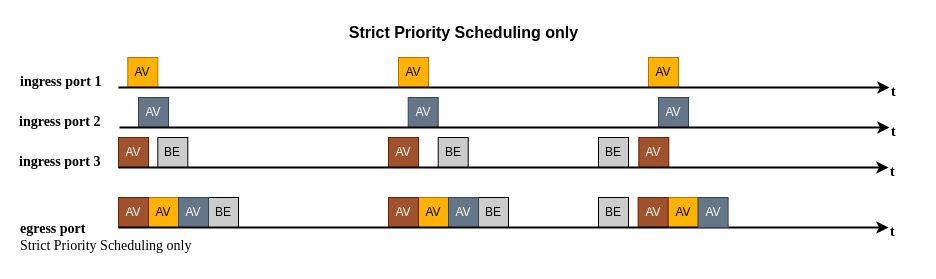
Above: static/images/traffic-shaping-strict-prio.drawio in avb-academy/avb_academy (draw.io), before the change. Source tidied: cells renumbered, new cells numbered last; positions are measured from the earlier drawing's top-left corner, leaving out a move shared by most shapes. Both pictures are drawn from the tidied source at 100%, with x=0, y=0 at pixel (17, 17).
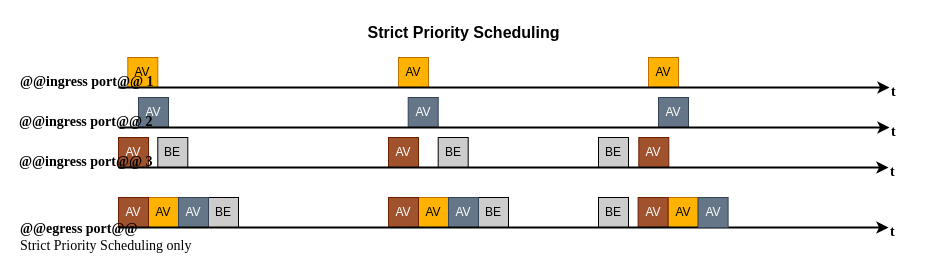
Above is the later version.

Change to the diagram source:
```diff
@@
-    <mxCell id="21" value="&lt;b&gt;&lt;font style=&quot;font-size: 16px;&quot;&gt;Strict Priority Scheduling only&lt;/font&gt;&lt;/b&gt;" style="text;html=1;align=center;verticalAlign=middle;strokeColor=none;fillColor=none;fontColor=#000000;" parent="1" vertex="1">
-      <mxGeometry x="321" width="250" height="30" as="geometry" />
+    <mxCell id="21" value="&lt;b&gt;&lt;font style=&quot;font-size: 16px;&quot;&gt;Strict Priority Scheduling&lt;/font&gt;&lt;/b&gt;" style="text;html=1;align=center;verticalAlign=middle;strokeColor=none;fillColor=none;fontColor=#000000;" parent="1" vertex="1">
+      <mxGeometry x="336" width="220" height="30" as="geometry" />
     </mxCell>
@@
-    <mxCell id="36" value="&lt;b&gt;&lt;font face=&quot;Times New Roman&quot;&gt;&lt;font style=&quot;font-size: 14px;&quot;&gt;ingress port 1&lt;/font&gt;&lt;/font&gt;&lt;/b&gt;" style="text;html=1;align=left;verticalAlign=middle;strokeColor=none;fillColor=none;fontColor=#000000;" parent="1" vertex="1">
-      <mxGeometry x="1" y="50" width="100" height="30" as="geometry" />
+    <mxCell id="36" value="&lt;b&gt;&lt;font face=&quot;Times New Roman&quot;&gt;&lt;font style=&quot;font-size: 14px;&quot;&gt;@@ingress port@@ 1&lt;/font&gt;&lt;/font&gt;&lt;/b&gt;" style="text;html=1;align=left;verticalAlign=middle;strokeColor=none;fillColor=none;fontColor=#000000;" parent="1" vertex="1">
+      <mxGeometry x="1" y="50" width="160" height="30" as="geometry" />
     </mxCell>
-    <mxCell id="37" value="&lt;b&gt;&lt;font face=&quot;Times New Roman&quot;&gt;&lt;font style=&quot;font-size: 14px;&quot;&gt;ingress port 2&lt;/font&gt;&lt;/font&gt;&lt;/b&gt;" style="text;html=1;align=left;verticalAlign=middle;strokeColor=none;fillColor=none;fontColor=#000000;" parent="1" vertex="1">
-      <mxGeometry y="90" width="100" height="30" as="geometry" />
+    <mxCell id="37" value="&lt;b&gt;&lt;font face=&quot;Times New Roman&quot;&gt;&lt;font style=&quot;font-size: 14px;&quot;&gt;@@ingress port@@ 2&lt;/font&gt;&lt;/font&gt;&lt;/b&gt;" style="text;html=1;align=left;verticalAlign=middle;strokeColor=none;fillColor=none;fontColor=#000000;" parent="1" vertex="1">
+      <mxGeometry y="90" width="160" height="30" as="geometry" />
     </mxCell>
-    <mxCell id="38" value="&lt;b&gt;&lt;font face=&quot;Times New Roman&quot;&gt;&lt;font style=&quot;font-size: 14px;&quot;&gt;ingress port 3&lt;/font&gt;&lt;/font&gt;&lt;/b&gt;" style="text;html=1;align=left;verticalAlign=middle;strokeColor=none;fillColor=none;fontColor=#000000;" parent="1" vertex="1">
-      <mxGeometry y="130" width="100" height="30" as="geometry" />
+    <mxCell id="38" value="&lt;b&gt;&lt;font face=&quot;Times New Roman&quot;&gt;&lt;font style=&quot;font-size: 14px;&quot;&gt;@@ingress port@@ 3&lt;/font&gt;&lt;/font&gt;&lt;/b&gt;" style="text;html=1;align=left;verticalAlign=middle;strokeColor=none;fillColor=none;fontColor=#000000;" parent="1" vertex="1">
+      <mxGeometry y="130" width="160" height="30" as="geometry" />
     </mxCell>
-    <mxCell id="39" value="&lt;font style=&quot;&quot; face=&quot;Times New Roman&quot;&gt;&lt;font style=&quot;font-size: 14px;&quot;&gt;&lt;b style=&quot;&quot;&gt;egress port&lt;/b&gt;&lt;br&gt;&lt;/font&gt;&lt;/font&gt;&lt;font style=&quot;&quot; face=&quot;Times New Roman&quot;&gt;&lt;font style=&quot;font-size: 14px;&quot;&gt;Strict Priority Scheduling only&lt;/font&gt;&lt;/font&gt;" style="text;html=1;align=left;verticalAlign=middle;strokeColor=none;fillColor=none;fontColor=#000000;" parent="1" vertex="1">
+    <mxCell id="39" value="&lt;font style=&quot;&quot; face=&quot;Times New Roman&quot;&gt;&lt;font style=&quot;font-size: 14px;&quot;&gt;&lt;b style=&quot;&quot;&gt;@@egress port@@&lt;/b&gt;&lt;br&gt;&lt;/font&gt;&lt;/font&gt;&lt;font style=&quot;&quot; face=&quot;Times New Roman&quot;&gt;&lt;font style=&quot;font-size: 14px;&quot;&gt;Strict Priority Scheduling only&lt;/font&gt;&lt;/font&gt;" style="text;html=1;align=left;verticalAlign=middle;strokeColor=none;fillColor=none;fontColor=#000000;" parent="1" vertex="1">
       <mxGeometry x="1" y="195" width="200" height="50" as="geometry" />
     </mxCell>
```
